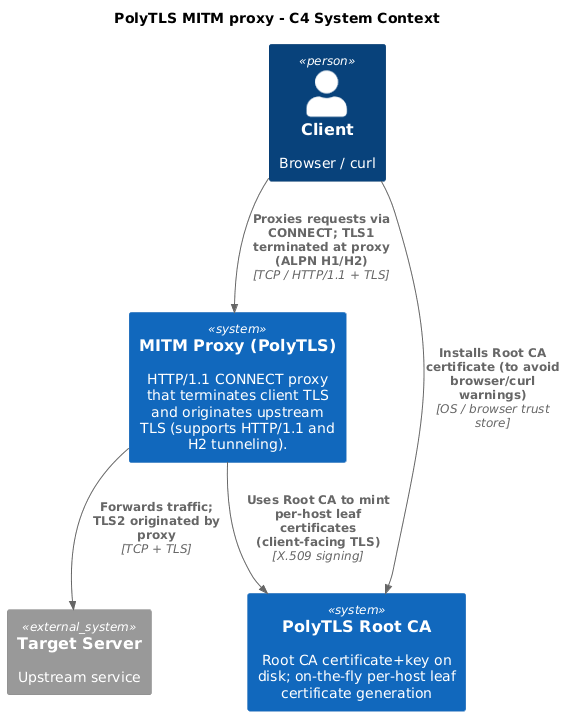
Before: docs/diagrams/c4/mitm-context.png, a diagram exported from PlantUML (REASY/PolyTLS).
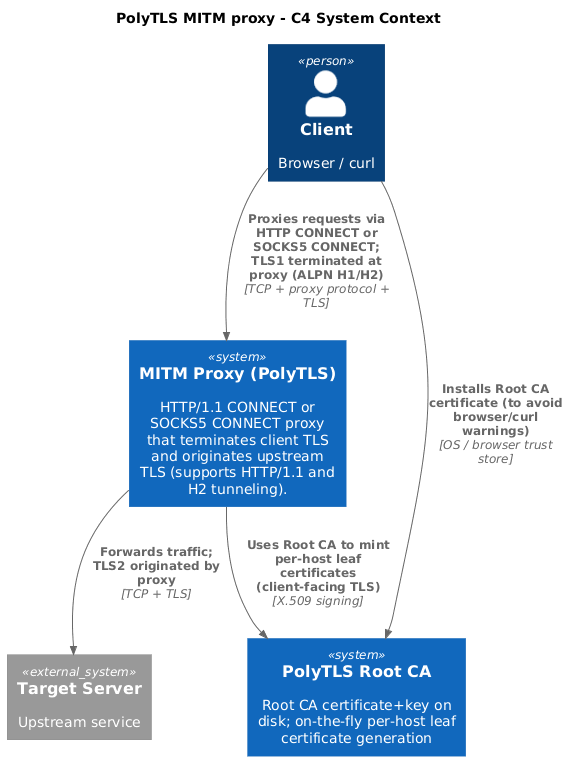
After the commit.

The edit, as a diff of the source:
```diff
@@ -6,11 +6,11 @@
 LAYOUT_TOP_DOWN()
 
 Person(client, "Client", "Browser / curl")
-System(proxy, "MITM Proxy (PolyTLS)", "HTTP/1.1 CONNECT proxy that terminates client TLS and originates upstream TLS (supports HTTP/1.1 and H2 tunneling).")
+System(proxy, "MITM Proxy (PolyTLS)", "HTTP/1.1 CONNECT or SOCKS5 CONNECT proxy that terminates client TLS and originates upstream TLS (supports HTTP/1.1 and H2 tunneling).")
 System_Ext(target, "Target Server", "Upstream service")
 System(ca, "PolyTLS Root CA", "Root CA certificate+key on disk; on-the-fly per-host leaf certificate generation")
 
-Rel(client, proxy, "Proxies requests via CONNECT; TLS1 terminated at proxy (ALPN H1/H2)", "TCP / HTTP/1.1 + TLS")
+Rel(client, proxy, "Proxies requests via HTTP CONNECT or SOCKS5 CONNECT; TLS1 terminated at proxy (ALPN H1/H2)", "TCP + proxy protocol + TLS")
 Rel(proxy, target, "Forwards traffic; TLS2 originated by proxy", "TCP + TLS")
 Rel(proxy, ca, "Uses Root CA to mint per-host leaf certificates (client-facing TLS)", "X.509 signing")
 Rel(client, ca, "Installs Root CA certificate (to avoid browser/curl warnings)", "OS / browser trust store")
```
